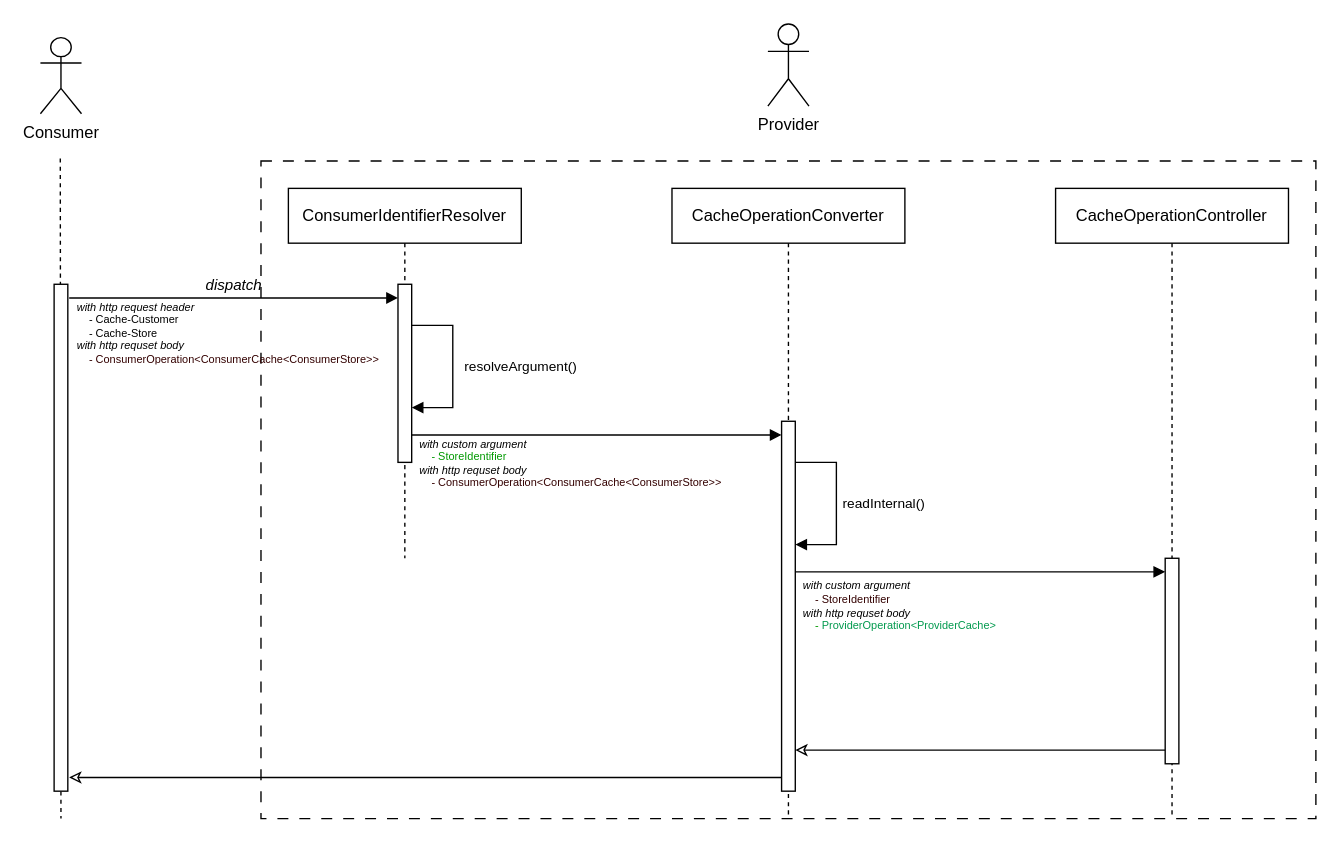
The draw.io diagram assets/saving.drawio in RicciLiao/ricci-mcp-svc, before the edit. Source tidied: cells renumbered, new cells numbered last; positions are measured from the earlier drawing's top-left corner, leaving out a move shared by most shapes. Both pictures are drawn from the tidied source at 137%, with x=0, y=0 at pixel (40, 23).
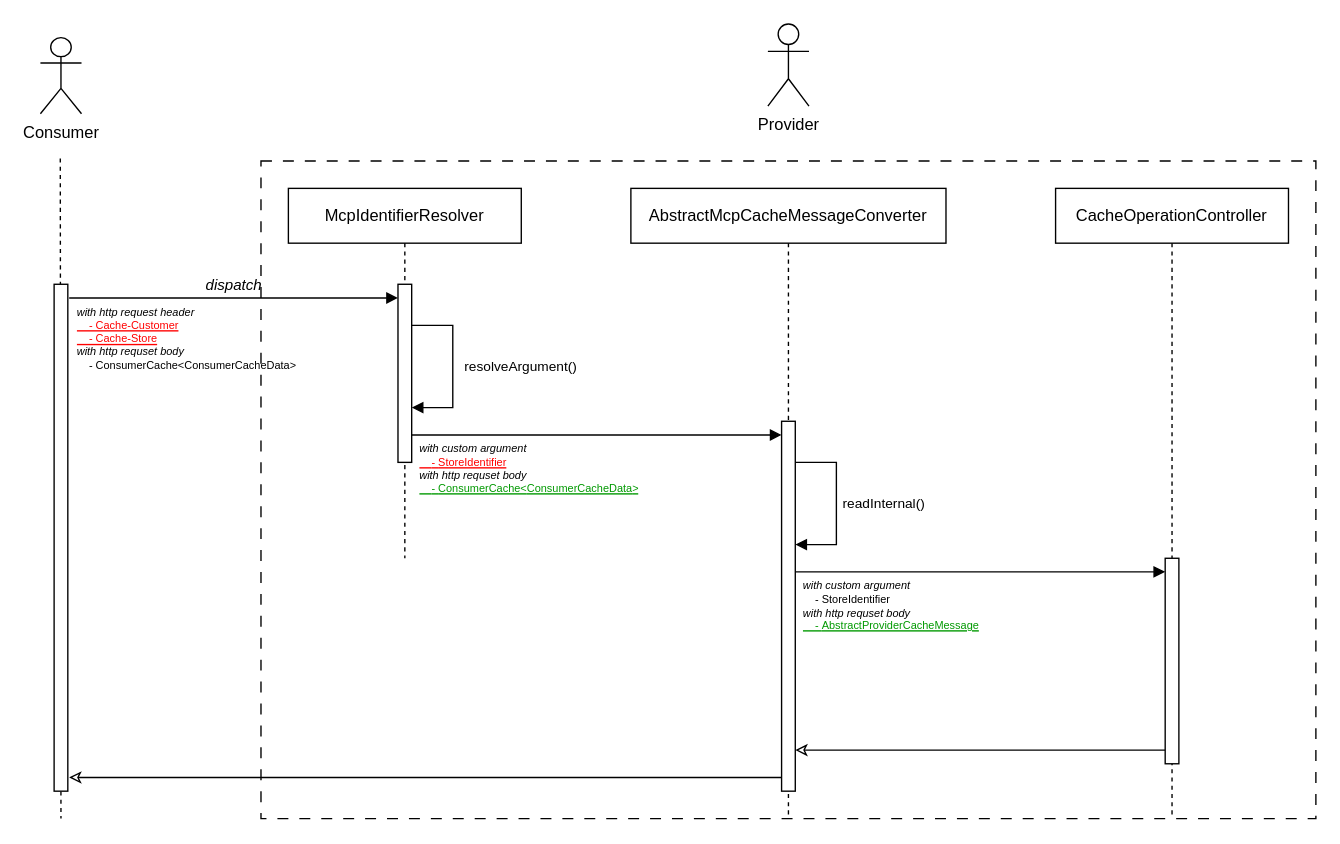
After the change.

Diff of the diagram source:
```diff
@@
-    <mxCell id="5" value="ConsumerIdentifierResolver" style="shape=umlLifeline;perimeter=lifelinePerimeter;whiteSpace=wrap;html=1;newEdgeStyle={&quot;curved&quot;:0,&quot;rounded&quot;:0};fillColor=none;" parent="1" vertex="1">
+    <mxCell id="5" value="McpIdentifierResolver" style="shape=umlLifeline;perimeter=lifelinePerimeter;whiteSpace=wrap;html=1;newEdgeStyle={&quot;curved&quot;:0,&quot;rounded&quot;:0};fillColor=none;" parent="1" vertex="1">
       <mxGeometry x="181" y="120" width="170" height="270" as="geometry" />
     </mxCell>
@@
-    <mxCell id="8" value="&lt;font&gt;&lt;i&gt;with http request header&lt;/i&gt;&lt;/font&gt;&lt;div&gt;&amp;nbsp; &amp;nbsp; -&amp;nbsp;Cache-Customer&lt;/div&gt;&lt;div&gt;&amp;nbsp; &amp;nbsp; -&amp;nbsp;Cache-Store&lt;/div&gt;&lt;div&gt;&lt;i&gt;with http requset body&lt;/i&gt;&lt;/div&gt;&lt;div&gt;&lt;font style=&quot;color: rgb(51, 0, 0);&quot;&gt;&amp;nbsp; &amp;nbsp; &lt;font&gt;-&amp;nbsp;&lt;span&gt;&lt;font&gt;&lt;font&gt;ConsumerOperation&amp;lt;ConsumerCache&amp;lt;&lt;/font&gt;&lt;/font&gt;&lt;/span&gt;&lt;/font&gt;&lt;span style=&quot;background-color: transparent;&quot;&gt;&lt;font&gt;ConsumerStore&lt;/font&gt;&lt;/span&gt;&lt;span style=&quot;background-color: transparent;&quot;&gt;&amp;gt;&lt;/span&gt;&lt;span style=&quot;background-color: transparent;&quot;&gt;&amp;gt;&lt;/span&gt;&lt;/font&gt;&lt;/div&gt;" style="text;align=left;verticalAlign=middle;spacingLeft=4;spacingRight=4;overflow=hidden;whiteSpace=wrap;html=1;fontSize=8;" parent="1" vertex="1">
-      <mxGeometry x="21" y="200" width="240" height="50" as="geometry" />
+    <mxCell id="8" value="&lt;font&gt;&lt;i&gt;with http request header&lt;/i&gt;&lt;/font&gt;&lt;div&gt;&lt;span style=&quot;&quot;&gt;&lt;font style=&quot;color: rgb(255, 0, 0);&quot;&gt;&lt;u&gt;&amp;nbsp; &amp;nbsp; -&amp;nbsp;Cache-Customer&lt;/u&gt;&lt;/font&gt;&lt;/span&gt;&lt;/div&gt;&lt;div&gt;&lt;span style=&quot;&quot;&gt;&lt;font style=&quot;color: rgb(255, 0, 0);&quot;&gt;&lt;u&gt;&amp;nbsp; &amp;nbsp; -&amp;nbsp;Cache-Store&lt;/u&gt;&lt;/font&gt;&lt;/span&gt;&lt;/div&gt;&lt;div&gt;&lt;i&gt;with http requset body&lt;/i&gt;&lt;/div&gt;&lt;div&gt;&lt;font style=&quot;&quot;&gt;&amp;nbsp; &amp;nbsp; &lt;font&gt;-&amp;nbsp;&lt;/font&gt;&lt;/font&gt;&lt;span style=&quot;&quot;&gt;&lt;font&gt;ConsumerCache&amp;lt;&lt;/font&gt;&lt;/span&gt;&lt;span style=&quot;&quot;&gt;&lt;font&gt;ConsumerCacheData&lt;/font&gt;&lt;/span&gt;&lt;span style=&quot;&quot;&gt;&amp;gt;&lt;/span&gt;&lt;/div&gt;" style="text;align=left;verticalAlign=middle;spacingLeft=4;spacingRight=4;overflow=hidden;whiteSpace=wrap;html=1;fontSize=8;fontColor=default;labelBackgroundColor=none;" parent="1" vertex="1">
+      <mxGeometry x="21" y="200" width="240" height="60" as="geometry" />
     </mxCell>
@@
-    <mxCell id="10" value="CacheOperationConverter" style="shape=umlLifeline;perimeter=lifelinePerimeter;whiteSpace=wrap;html=1;newEdgeStyle={&quot;curved&quot;:0,&quot;rounded&quot;:0};fillColor=none;" parent="1" vertex="1">
-      <mxGeometry x="461" y="120" width="170" height="460" as="geometry" />
+    <mxCell id="10" value="AbstractMcpCacheMessageConverter" style="shape=umlLifeline;perimeter=lifelinePerimeter;whiteSpace=wrap;html=1;newEdgeStyle={&quot;curved&quot;:0,&quot;rounded&quot;:0};fillColor=none;" parent="1" vertex="1">
+      <mxGeometry x="431" y="120" width="230" height="460" as="geometry" />
     </mxCell>
-    <mxCell id="11" style="html=1;perimeter=orthogonalPerimeter;targetShapes=umlLifeline;newEdgeStyle={&quot;curved&quot;:0,&quot;rounded&quot;:0};fillColor=light-dark(#ffffff, #ededed);" parent="10" vertex="1">
-      <mxGeometry x="80" y="170" width="10" height="270" as="geometry" />
-    </mxCell>
@@
-    <mxCell id="16" value="&lt;font&gt;&lt;i&gt;with custom argument&lt;/i&gt;&lt;/font&gt;&lt;div&gt;&lt;font style=&quot;color: rgb(0, 153, 0);&quot;&gt;&amp;nbsp; &amp;nbsp; &lt;font style=&quot;&quot;&gt;-&amp;nbsp;&lt;span style=&quot;background-color: transparent;&quot;&gt;StoreIdentifier&lt;/span&gt;&lt;/font&gt;&lt;/font&gt;&lt;/div&gt;&lt;div&gt;&lt;i&gt;with http requset body&lt;/i&gt;&lt;/div&gt;&lt;div&gt;&lt;font style=&quot;color: rgb(51, 0, 0);&quot;&gt;&amp;nbsp; &amp;nbsp; &lt;font style=&quot;&quot;&gt;-&amp;nbsp;&lt;/font&gt;&lt;font style=&quot;background-color: transparent;&quot;&gt;ConsumerOperation&amp;lt;ConsumerCache&amp;lt;&lt;/font&gt;&lt;span style=&quot;background-color: transparent;&quot;&gt;&lt;font&gt;ConsumerStore&lt;/font&gt;&lt;/span&gt;&lt;span style=&quot;background-color: transparent;&quot;&gt;&amp;gt;&lt;/span&gt;&lt;span style=&quot;background-color: transparent;&quot;&gt;&amp;gt;&lt;/span&gt;&lt;/font&gt;&lt;/div&gt;" style="text;align=left;verticalAlign=middle;spacingLeft=4;spacingRight=4;overflow=hidden;whiteSpace=wrap;html=1;fontSize=8;" parent="1" vertex="1">
-      <mxGeometry x="271" y="300" width="270" height="40" as="geometry" />
+    <mxCell id="16" value="&lt;font&gt;&lt;i&gt;with custom argument&lt;/i&gt;&lt;/font&gt;&lt;div&gt;&lt;font style=&quot;color: rgb(255, 0, 0);&quot;&gt;&lt;u&gt;&amp;nbsp; &amp;nbsp; &lt;font style=&quot;&quot;&gt;-&amp;nbsp;&lt;span style=&quot;background-color: transparent;&quot;&gt;StoreIdentifier&lt;/span&gt;&lt;/font&gt;&lt;/u&gt;&lt;/font&gt;&lt;/div&gt;&lt;div&gt;&lt;i&gt;with http requset body&lt;/i&gt;&lt;/div&gt;&lt;div&gt;&lt;font style=&quot;color: rgb(0, 153, 0);&quot;&gt;&lt;u&gt;&lt;font style=&quot;&quot;&gt;&amp;nbsp; &amp;nbsp; &lt;font style=&quot;&quot;&gt;-&amp;nbsp;&lt;/font&gt;&lt;/font&gt;&lt;span style=&quot;background-color: transparent;&quot;&gt;&lt;font&gt;ConsumerCache&amp;lt;&lt;/font&gt;&lt;/span&gt;&lt;span style=&quot;background-color: transparent;&quot;&gt;&lt;font&gt;ConsumerCacheData&lt;/font&gt;&lt;/span&gt;&lt;span style=&quot;background-color: transparent;&quot;&gt;&amp;gt;&lt;/span&gt;&lt;/u&gt;&lt;/font&gt;&lt;/div&gt;" style="text;align=left;verticalAlign=middle;spacingLeft=4;spacingRight=4;overflow=hidden;whiteSpace=wrap;html=1;fontSize=8;fontColor=default;" parent="1" vertex="1">
+      <mxGeometry x="271" y="300" width="270" height="50" as="geometry" />
     </mxCell>
@@
-    <mxCell id="20" value="&lt;i&gt;with custom argument&lt;/i&gt;&lt;div&gt;&lt;font style=&quot;color: rgb(51, 0, 0);&quot;&gt;&amp;nbsp; &amp;nbsp;&amp;nbsp;-&amp;nbsp;&lt;span style=&quot;background-color: transparent;&quot;&gt;StoreIdentifier&lt;/span&gt;&lt;/font&gt;&lt;/div&gt;&lt;div&gt;&lt;i&gt;with http requset body&lt;/i&gt;&lt;/div&gt;&lt;div&gt;&lt;font style=&quot;color: rgb(0, 153, 0);&quot;&gt;&amp;nbsp; &amp;nbsp; &lt;font&gt;-&amp;nbsp;&lt;font style=&quot;color: rgb(0, 153, 77);&quot;&gt;ProviderOperation&amp;lt;ProviderCache&amp;gt;&lt;/font&gt;&lt;/font&gt;&lt;/font&gt;&lt;/div&gt;" style="text;align=left;verticalAlign=middle;spacingLeft=4;spacingRight=4;overflow=hidden;whiteSpace=wrap;html=1;fontSize=8;" parent="1" vertex="1">
+    <mxCell id="20" value="&lt;i&gt;with custom argument&lt;/i&gt;&lt;div&gt;&lt;font style=&quot;&quot;&gt;&amp;nbsp; &amp;nbsp;&amp;nbsp;-&amp;nbsp;&lt;span style=&quot;background-color: transparent;&quot;&gt;StoreIdentifier&lt;/span&gt;&lt;/font&gt;&lt;/div&gt;&lt;div&gt;&lt;i&gt;with http requset body&lt;/i&gt;&lt;/div&gt;&lt;div&gt;&lt;font style=&quot;color: rgb(0, 153, 0);&quot;&gt;&lt;u&gt;&amp;nbsp; &amp;nbsp; &lt;font&gt;-&amp;nbsp;&lt;font style=&quot;&quot;&gt;AbstractProviderCacheMessage&lt;/font&gt;&lt;/font&gt;&lt;/u&gt;&lt;/font&gt;&lt;/div&gt;" style="text;align=left;verticalAlign=middle;spacingLeft=4;spacingRight=4;overflow=hidden;whiteSpace=wrap;html=1;fontSize=8;fontColor=default;" parent="1" vertex="1">
       <mxGeometry x="551" y="400" width="270" height="50" as="geometry" />
     </mxCell>
@@
+    <mxCell id="11" style="html=1;perimeter=orthogonalPerimeter;targetShapes=umlLifeline;newEdgeStyle={&quot;curved&quot;:0,&quot;rounded&quot;:0};fillColor=light-dark(#ffffff, #ededed);" parent="1" vertex="1">
+      <mxGeometry x="541" y="290" width="10" height="270" as="geometry" />
+    </mxCell>
```
